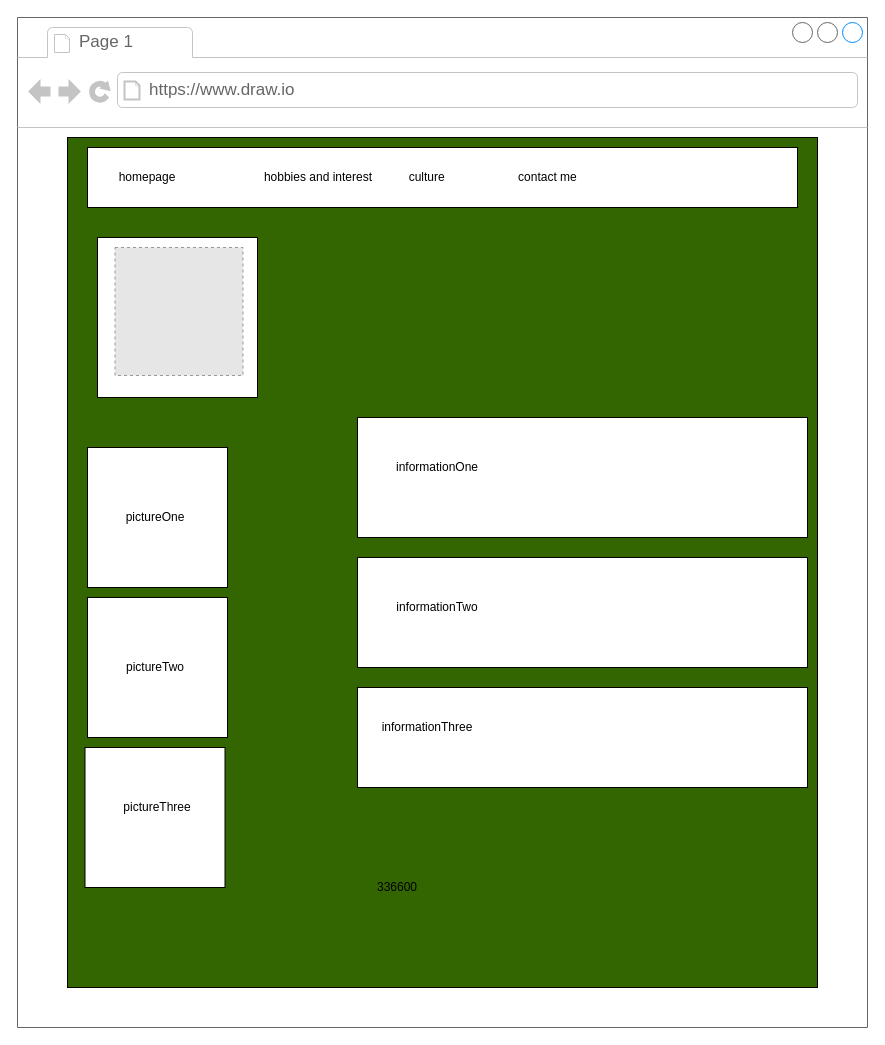
The draw.io diagram page "Page-2" (2 of 4) of layout.drawio in ASDAH-Digtal/91880-91884-Johnnysins808, before the edit. Source tidied: cells renumbered, new cells numbered last; positions are measured from the earlier drawing's top-left corner, leaving out a move shared by most shapes. Both pictures are drawn from the tidied source at 100%, with x=0, y=0 at pixel (17, 17). Pictures stored in the file or linked from it are replaced by grey dashed boxes.
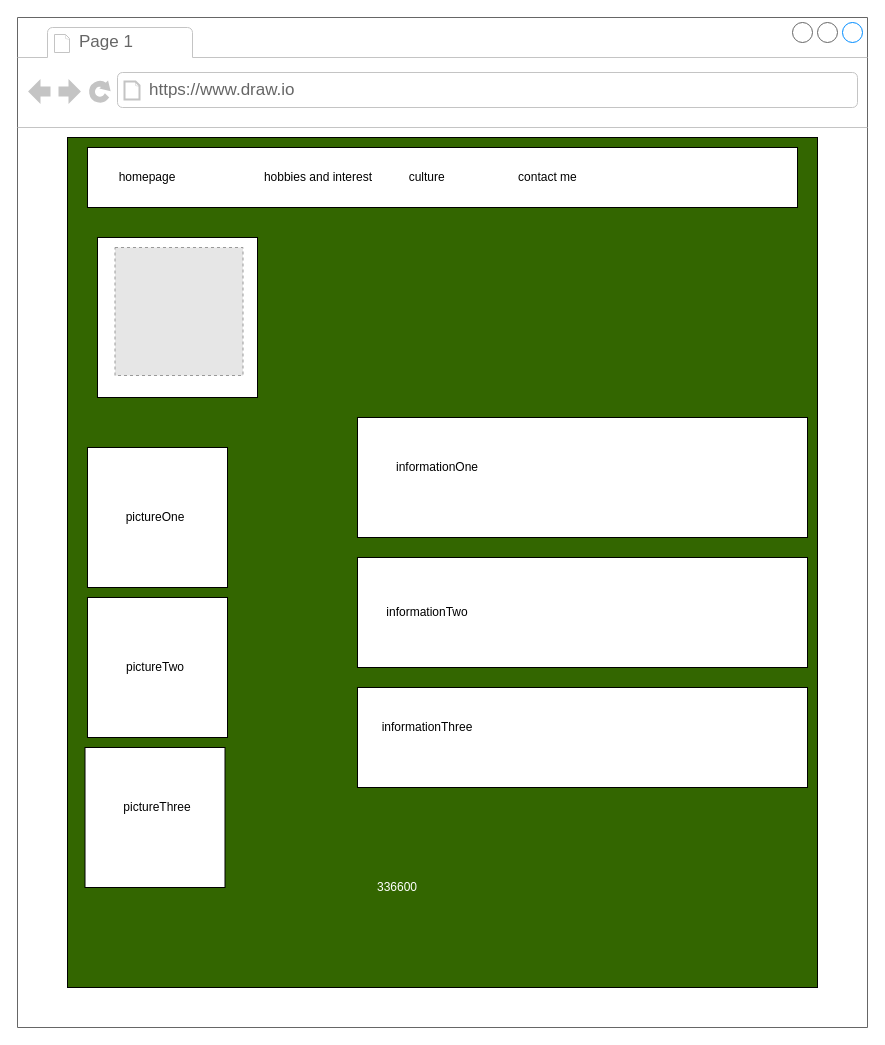
Above is the later version.

The change refers to these unchanged cells:
```xml
<mxCell id="2" style="strokeWidth=1;shadow=0;dashed=0;align=center;html=1;shape=mxgraph.mockup.containers.browserWindow;rSize=0;strokeColor=#666666;strokeColor2=#008cff;strokeColor3=#c4c4c4;mainText=,;fillColor=#FFFFFF;" parent="1" vertex="1">
  <mxGeometry width="850" height="1010" as="geometry" />
</mxCell>
```

What changed in the source:
```diff
@@
-    <mxCell id="15" value="336600" style="text;html=1;strokeColor=none;fillColor=none;align=center;verticalAlign=middle;whiteSpace=wrap;rounded=0;shadow=0;" parent="2" vertex="1">
+    <mxCell id="15" value="&lt;font color=&quot;#ffffff&quot;&gt;336600&lt;/font&gt;" style="text;html=1;strokeColor=none;fillColor=none;align=center;verticalAlign=middle;whiteSpace=wrap;rounded=0;shadow=0;" parent="2" vertex="1">
       <mxGeometry x="360" y="860" width="40" height="20" as="geometry" />
     </mxCell>
@@
-    <mxCell id="23" value="informationTwo" style="text;html=1;strokeColor=none;fillColor=none;align=center;verticalAlign=middle;whiteSpace=wrap;rounded=0;shadow=0;" parent="1" vertex="1">
-      <mxGeometry x="380" y="580" width="80" height="20" as="geometry" />
+    <mxCell id="23" value="informationTwo" style="text;html=1;strokeColor=none;fillColor=none;align=center;verticalAlign=middle;whiteSpace=wrap;rounded=0;shadow=0;" parent="2" vertex="1">
+      <mxGeometry x="370" y="585" width="80" height="20" as="geometry" />
     </mxCell>
```
